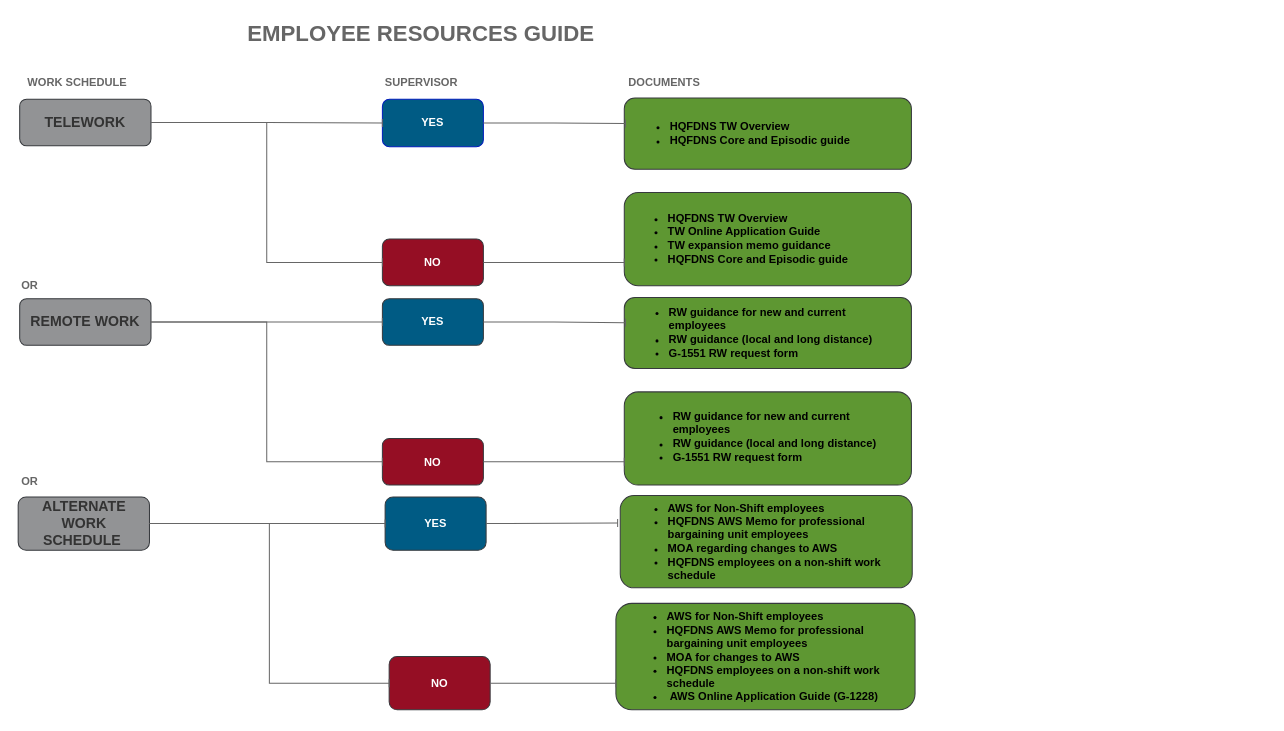
JewelVSmith/draw-io-collab keeps this draw.io diagram as page "Page-2" (2 of 3) of document-map-uscis.drawio. Above is the earlier version. Source tidied: cells renumbered, new cells numbered last; positions are measured from the earlier drawing's top-left corner, leaving out a move shared by most shapes. Both pictures are drawn from the tidied source at 101%, with x=0, y=0 at pixel (17, 17).
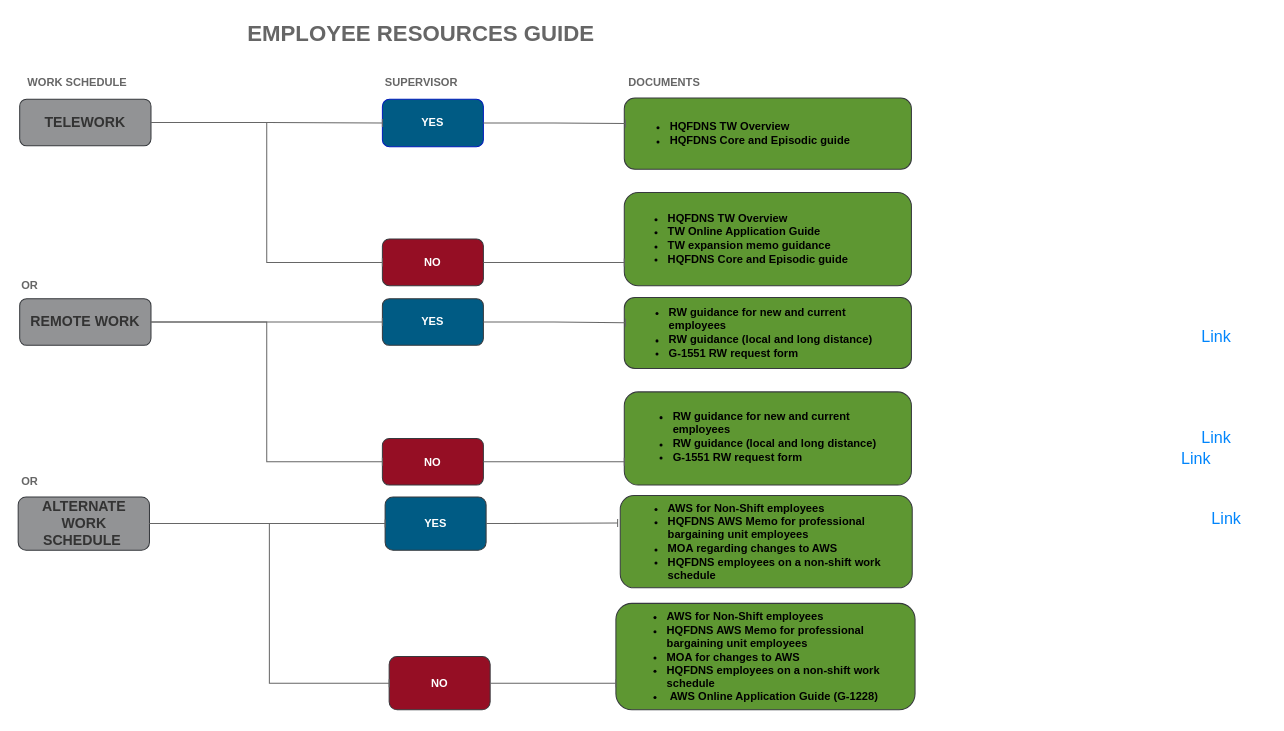
Above is the later version.

Diff of the diagram source:
```diff
@@
+    <mxCell id="45" value="Link" style="html=1;shadow=0;dashed=0;shape=mxgraph.bootstrap.rrect;rSize=5;strokeColor=none;strokeWidth=1;fillColor=none;fontColor=#0085FC;whiteSpace=wrap;align=center;verticalAlign=middle;spacingLeft=0;fontStyle=0;fontSize=16;spacing=5;" parent="1" vertex="1">
+      <mxGeometry x="1167" y="476" width="60" height="40" as="geometry" />
+    </mxCell>
+    <mxCell id="46" value="Link" style="html=1;shadow=0;dashed=0;shape=mxgraph.bootstrap.rrect;rSize=5;strokeColor=none;strokeWidth=1;fillColor=none;fontColor=#0085FC;whiteSpace=wrap;align=center;verticalAlign=middle;spacingLeft=0;fontStyle=0;fontSize=16;spacing=5;" parent="1" vertex="1">
+      <mxGeometry x="1157" y="396" width="60" height="40" as="geometry" />
+    </mxCell>
+    <mxCell id="47" value="Link" style="html=1;shadow=0;dashed=0;shape=mxgraph.bootstrap.rrect;rSize=5;strokeColor=none;strokeWidth=1;fillColor=none;fontColor=#0085FC;whiteSpace=wrap;align=center;verticalAlign=middle;spacingLeft=0;fontStyle=0;fontSize=16;spacing=5;" parent="1" vertex="1">
+      <mxGeometry x="1157" y="296" width="60" height="40" as="geometry" />
+    </mxCell>
+    <mxCell id="48" value="Link" style="html=1;shadow=0;dashed=0;shape=mxgraph.bootstrap.rrect;rSize=5;strokeColor=none;strokeWidth=1;fillColor=none;fontColor=#0085FC;whiteSpace=wrap;align=center;verticalAlign=middle;spacingLeft=0;fontStyle=0;fontSize=16;spacing=5;" parent="1" vertex="1">
+      <mxGeometry x="1097" y="416" width="140" height="40" as="geometry" />
+    </mxCell>
```
